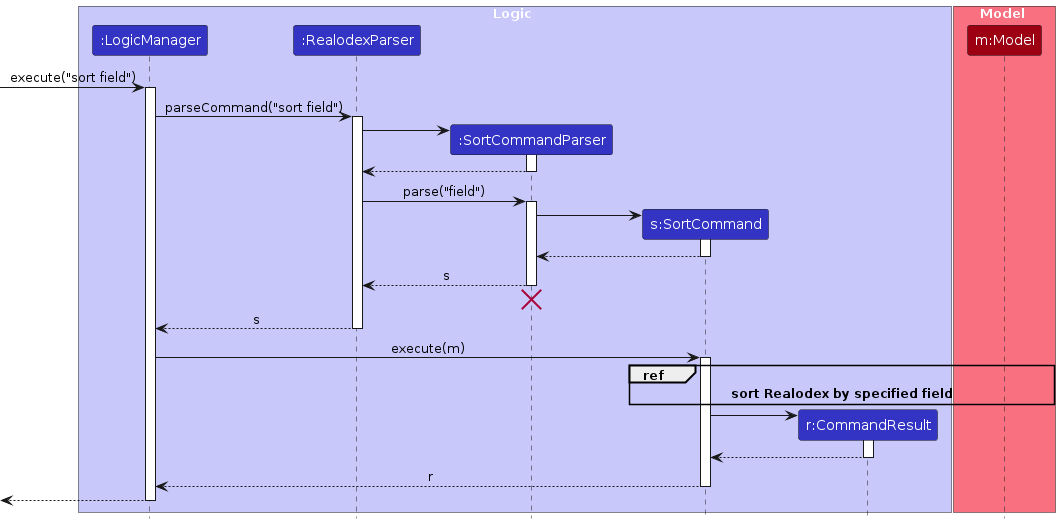
The PlantUML diagram diagrams/sort/NewSortSequenceDiagram-Logic.png in AY2324S2-CS2103T-W10-1/tp, before a commit. Its source is kept beside it as diagrams/sort/NewSortSequenceDiagram-Logic.puml. The source it was exported from:
```plantuml
@startuml
!include ../style.puml
skinparam ArrowFontStyle plain

box Logic LOGIC_COLOR_T1
participant ":LogicManager" as LogicManager LOGIC_COLOR
participant ":RealodexParser" as RealodexParser LOGIC_COLOR
participant ":SortCommandParser" as DeleteCommandParser LOGIC_COLOR
participant "s:SortCommand" as DeleteCommand LOGIC_COLOR
participant "r:CommandResult" as CommandResult LOGIC_COLOR
end box

box Model MODEL_COLOR_T1
participant "m:Model" as Model MODEL_COLOR
end box

[-> LogicManager : execute("sort field")
activate LogicManager

LogicManager -> RealodexParser : parseCommand("sort field")
activate RealodexParser

create DeleteCommandParser
RealodexParser -> DeleteCommandParser
activate DeleteCommandParser

DeleteCommandParser --> RealodexParser
deactivate DeleteCommandParser

RealodexParser -> DeleteCommandParser : parse("field")
activate DeleteCommandParser

create DeleteCommand
DeleteCommandParser -> DeleteCommand
activate DeleteCommand

DeleteCommand --> DeleteCommandParser :
deactivate DeleteCommand

DeleteCommandParser --> RealodexParser : s
deactivate DeleteCommandParser
DeleteCommandParser -[hidden]-> RealodexParser
destroy DeleteCommandParser

RealodexParser --> LogicManager : s
deactivate RealodexParser

LogicManager -> DeleteCommand : execute(m)
activate DeleteCommand

ref over DeleteCommand, Model #FFFFFF
**sort Realodex by specified field**
end ref

create CommandResult
DeleteCommand -> CommandResult
activate CommandResult

CommandResult --> DeleteCommand
deactivate CommandResult

DeleteCommand --> LogicManager : r
deactivate DeleteCommand

[<--LogicManager
deactivate LogicManager
@enduml
```
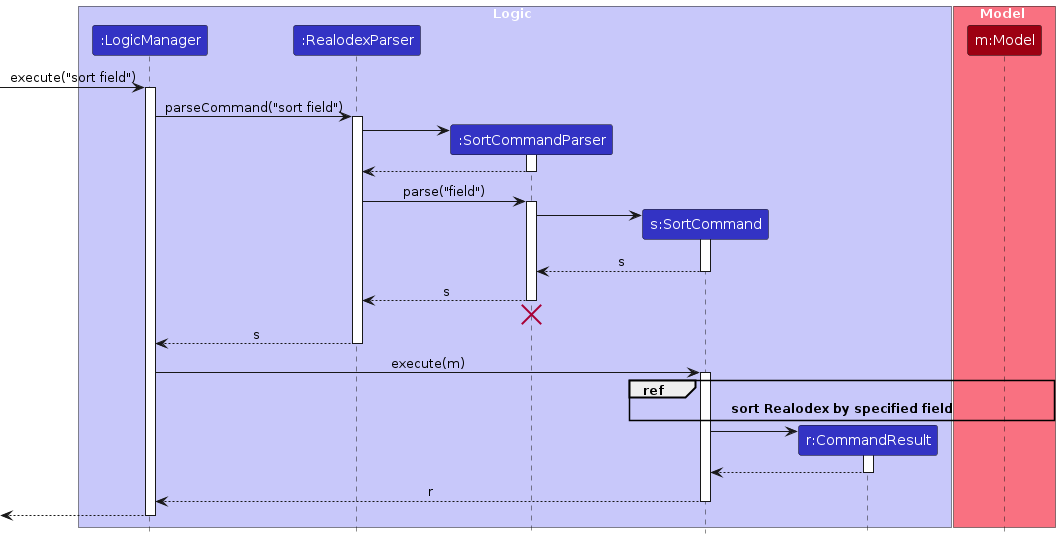
The same diagram one commit later.

What changed in the source:
```diff
@@ -34,7 +34,7 @@
 DeleteCommandParser -> DeleteCommand
 activate DeleteCommand
 
-DeleteCommand --> DeleteCommandParser :
+DeleteCommand --> DeleteCommandParser : s
 deactivate DeleteCommand
 
 DeleteCommandParser --> RealodexParser : s
```
